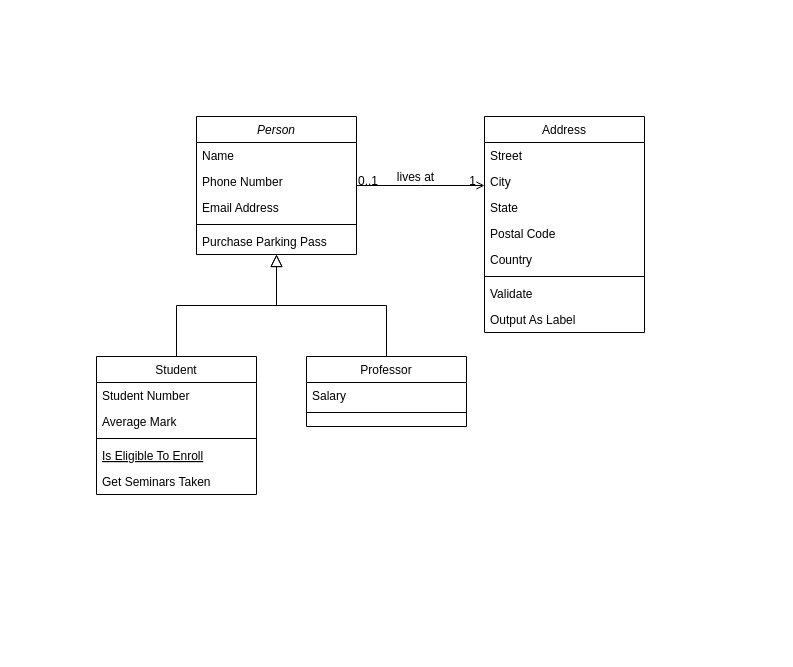
petkapou/DIP_diagrams keeps this draw.io diagram as class_coverage.drawio. Above is the earlier version. Source tidied: cells renumbered, new cells numbered last; positions are measured from the earlier drawing's top-left corner, leaving out a move shared by most shapes. Both pictures are drawn from the tidied source at 100%, with x=0, y=0 at pixel (96, 116).
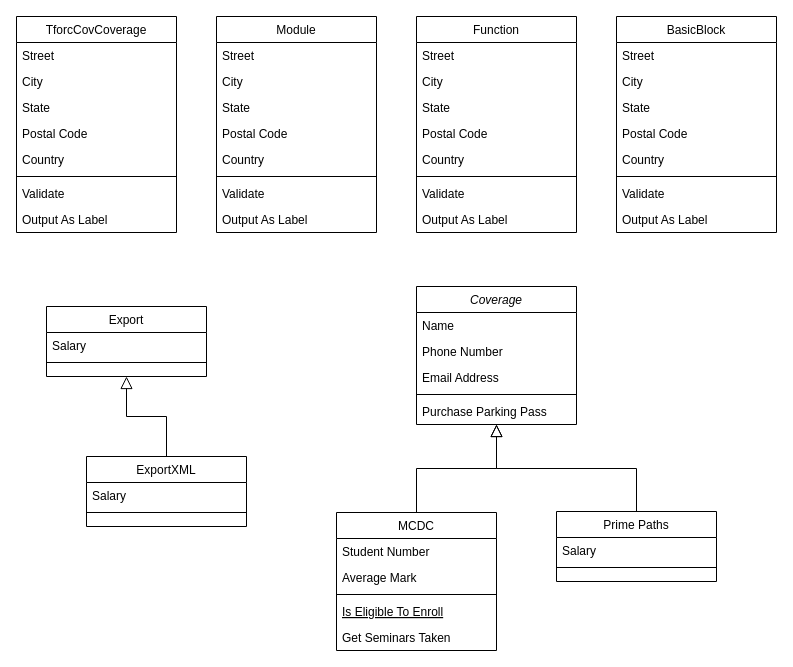
After the change.

Change to the diagram source:
```diff
@@
-    <mxCell id="2" value="Person" style="swimlane;fontStyle=2;align=center;verticalAlign=top;horizontal=1;startSize=26;rounded=0;shadow=0;strokeWidth=1;" parent="1" vertex="1">
-      <mxGeometry x="100" width="160" height="138" as="geometry" />
+    <mxCell id="2" value="Coverage" style="swimlane;fontStyle=2;align=center;verticalAlign=top;horizontal=1;startSize=26;rounded=0;shadow=0;strokeWidth=1;" parent="1" vertex="1">
+      <mxGeometry x="320" y="170" width="160" height="138" as="geometry" />
     </mxCell>
@@
-    <mxCell id="8" value="Student" style="swimlane;fontStyle=0;align=center;verticalAlign=top;horizontal=1;startSize=26;rounded=0;shadow=0;strokeWidth=1;" parent="1" vertex="1">
-      <mxGeometry y="240" width="160" height="138" as="geometry" />
+    <mxCell id="8" value="MCDC" style="swimlane;fontStyle=0;align=center;verticalAlign=top;horizontal=1;startSize=26;rounded=0;shadow=0;strokeWidth=1;" parent="1" vertex="1">
+      <mxGeometry x="240" y="396" width="160" height="138" as="geometry" />
     </mxCell>
@@
-    <mxCell id="15" value="Professor" style="swimlane;fontStyle=0;align=center;verticalAlign=top;horizontal=1;startSize=26;rounded=0;shadow=0;strokeWidth=1;" parent="1" vertex="1">
-      <mxGeometry x="210" y="240" width="160" height="70" as="geometry" />
+    <mxCell id="15" value="Prime Paths" style="swimlane;fontStyle=0;align=center;verticalAlign=top;horizontal=1;startSize=26;rounded=0;shadow=0;strokeWidth=1;" parent="1" vertex="1">
+      <mxGeometry x="460" y="395" width="160" height="70" as="geometry" />
     </mxCell>
@@
-    <mxCell id="19" value="Address" style="swimlane;fontStyle=0;align=center;verticalAlign=top;horizontal=1;startSize=26;rounded=0;shadow=0;strokeWidth=1;" parent="1" vertex="1">
-      <mxGeometry x="388" width="160" height="216" as="geometry" />
+    <mxCell id="19" value="Function" style="swimlane;fontStyle=0;align=center;verticalAlign=top;horizontal=1;startSize=26;rounded=0;shadow=0;strokeWidth=1;" parent="1" vertex="1">
+      <mxGeometry x="320" y="-100" width="160" height="216" as="geometry" />
     </mxCell>
@@
-    <mxCell id="28" style="endArrow=open;shadow=0;strokeWidth=1;rounded=0;endFill=1;edgeStyle=elbowEdgeStyle;elbow=vertical;" parent="1" edge="1" source="2" target="19">
-      <mxGeometry x="0.5" y="41" relative="1" as="geometry">
-        <mxPoint x="-40" y="32" as="offset" />
-      </mxGeometry>
-    </mxCell>
-    <mxCell id="29" value="0..1" style="align=left;verticalAlign=bottom;labelBackgroundColor=none;fontSize=12;" parent="28" vertex="1">
-      <mxGeometry x="-1" relative="1" as="geometry">
-        <mxPoint y="4" as="offset" />
-      </mxGeometry>
-    </mxCell>
-    <mxCell id="30" value="1" style="align=right;verticalAlign=bottom;labelBackgroundColor=none;fontSize=12;" parent="28" vertex="1">
-      <mxGeometry x="1" relative="1" as="geometry">
-        <mxPoint x="-7" y="4" as="offset" />
-      </mxGeometry>
-    </mxCell>
-    <mxCell id="31" value="lives at" style="text;html=1;align=center;verticalAlign=middle;labelBackgroundColor=none;rounded=0;shadow=0;strokeWidth=1;fontSize=12;" parent="28" vertex="1">
-      <mxGeometry x="0.5" y="49" relative="1" as="geometry">
-        <mxPoint x="-38" y="40" as="offset" />
-      </mxGeometry>
-    </mxCell>
+    <mxCell id="32" value="TforcCovCoverage" style="swimlane;fontStyle=0;align=center;verticalAlign=top;horizontal=1;startSize=26;rounded=0;shadow=0;strokeWidth=1;" parent="1" vertex="1">
+      <mxGeometry x="-80" y="-100" width="160" height="216" as="geometry" />
+    </mxCell>
+    <mxCell id="33" value="Street" style="text;align=left;verticalAlign=top;spacingLeft=4;spacingRight=4;overflow=hidden;" parent="32" vertex="1">
+      <mxGeometry y="26" width="160" height="26" as="geometry" />
+    </mxCell>
+    <mxCell id="34" value="City" style="text;align=left;verticalAlign=top;spacingLeft=4;spacingRight=4;overflow=hidden;rounded=0;shadow=0;html=0;" parent="32" vertex="1">
+      <mxGeometry y="52" width="160" height="26" as="geometry" />
+    </mxCell>
+    <mxCell id="35" value="State" style="text;align=left;verticalAlign=top;spacingLeft=4;spacingRight=4;overflow=hidden;rounded=0;shadow=0;html=0;" parent="32" vertex="1">
+      <mxGeometry y="78" width="160" height="26" as="geometry" />
+    </mxCell>
+    <mxCell id="36" value="Postal Code" style="text;align=left;verticalAlign=top;spacingLeft=4;spacingRight=4;overflow=hidden;rounded=0;shadow=0;html=0;" parent="32" vertex="1">
+      <mxGeometry y="104" width="160" height="26" as="geometry" />
+    </mxCell>
+    <mxCell id="37" value="Country" style="text;align=left;verticalAlign=top;spacingLeft=4;spacingRight=4;overflow=hidden;rounded=0;shadow=0;html=0;" parent="32" vertex="1">
+      <mxGeometry y="130" width="160" height="26" as="geometry" />
+    </mxCell>
+    <mxCell id="38" style="line;html=1;strokeWidth=1;align=left;verticalAlign=middle;spacingTop=-1;spacingLeft=3;spacingRight=3;labelPosition=right;" parent="32" vertex="1">
+      <mxGeometry y="156" width="160" height="8" as="geometry" />
+    </mxCell>
+    <mxCell id="39" value="Validate" style="text;align=left;verticalAlign=top;spacingLeft=4;spacingRight=4;overflow=hidden;" parent="32" vertex="1">
+      <mxGeometry y="164" width="160" height="26" as="geometry" />
+    </mxCell>
+    <mxCell id="40" value="Output As Label" style="text;align=left;verticalAlign=top;spacingLeft=4;spacingRight=4;overflow=hidden;" parent="32" vertex="1">
+      <mxGeometry y="190" width="160" height="26" as="geometry" />
+    </mxCell>
+    <mxCell id="41" value="Module" style="swimlane;fontStyle=0;align=center;verticalAlign=top;horizontal=1;startSize=26;rounded=0;shadow=0;strokeWidth=1;" parent="1" vertex="1">
+      <mxGeometry x="120" y="-100" width="160" height="216" as="geometry" />
+    </mxCell>
+    <mxCell id="42" value="Street" style="text;align=left;verticalAlign=top;spacingLeft=4;spacingRight=4;overflow=hidden;" parent="41" vertex="1">
+      <mxGeometry y="26" width="160" height="26" as="geometry" />
+    </mxCell>
+    <mxCell id="43" value="City" style="text;align=left;verticalAlign=top;spacingLeft=4;spacingRight=4;overflow=hidden;rounded=0;shadow=0;html=0;" parent="41" vertex="1">
+      <mxGeometry y="52" width="160" height="26" as="geometry" />
+    </mxCell>
+    <mxCell id="44" value="State" style="text;align=left;verticalAlign=top;spacingLeft=4;spacingRight=4;overflow=hidden;rounded=0;shadow=0;html=0;" parent="41" vertex="1">
+      <mxGeometry y="78" width="160" height="26" as="geometry" />
+    </mxCell>
+    <mxCell id="45" value="Postal Code" style="text;align=left;verticalAlign=top;spacingLeft=4;spacingRight=4;overflow=hidden;rounded=0;shadow=0;html=0;" parent="41" vertex="1">
+      <mxGeometry y="104" width="160" height="26" as="geometry" />
+    </mxCell>
+    <mxCell id="46" value="Country" style="text;align=left;verticalAlign=top;spacingLeft=4;spacingRight=4;overflow=hidden;rounded=0;shadow=0;html=0;" parent="41" vertex="1">
+      <mxGeometry y="130" width="160" height="26" as="geometry" />
+    </mxCell>
+    <mxCell id="47" style="line;html=1;strokeWidth=1;align=left;verticalAlign=middle;spacingTop=-1;spacingLeft=3;spacingRight=3;labelPosition=right;" parent="41" vertex="1">
+      <mxGeometry y="156" width="160" height="8" as="geometry" />
+    </mxCell>
+    <mxCell id="48" value="Validate" style="text;align=left;verticalAlign=top;spacingLeft=4;spacingRight=4;overflow=hidden;" parent="41" vertex="1">
+      <mxGeometry y="164" width="160" height="26" as="geometry" />
+    </mxCell>
+    <mxCell id="49" value="Output As Label" style="text;align=left;verticalAlign=top;spacingLeft=4;spacingRight=4;overflow=hidden;" parent="41" vertex="1">
+      <mxGeometry y="190" width="160" height="26" as="geometry" />
+    </mxCell>
+    <mxCell id="50" value="BasicBlock" style="swimlane;fontStyle=0;align=center;verticalAlign=top;horizontal=1;startSize=26;rounded=0;shadow=0;strokeWidth=1;" parent="1" vertex="1">
+      <mxGeometry x="520" y="-100" width="160" height="216" as="geometry" />
+    </mxCell>
+    <mxCell id="51" value="Street" style="text;align=left;verticalAlign=top;spacingLeft=4;spacingRight=4;overflow=hidden;" parent="50" vertex="1">
+      <mxGeometry y="26" width="160" height="26" as="geometry" />
+    </mxCell>
+    <mxCell id="52" value="City" style="text;align=left;verticalAlign=top;spacingLeft=4;spacingRight=4;overflow=hidden;rounded=0;shadow=0;html=0;" parent="50" vertex="1">
+      <mxGeometry y="52" width="160" height="26" as="geometry" />
+    </mxCell>
+    <mxCell id="53" value="State" style="text;align=left;verticalAlign=top;spacingLeft=4;spacingRight=4;overflow=hidden;rounded=0;shadow=0;html=0;" parent="50" vertex="1">
+      <mxGeometry y="78" width="160" height="26" as="geometry" />
+    </mxCell>
+    <mxCell id="54" value="Postal Code" style="text;align=left;verticalAlign=top;spacingLeft=4;spacingRight=4;overflow=hidden;rounded=0;shadow=0;html=0;" parent="50" vertex="1">
+      <mxGeometry y="104" width="160" height="26" as="geometry" />
+    </mxCell>
+    <mxCell id="55" value="Country" style="text;align=left;verticalAlign=top;spacingLeft=4;spacingRight=4;overflow=hidden;rounded=0;shadow=0;html=0;" parent="50" vertex="1">
+      <mxGeometry y="130" width="160" height="26" as="geometry" />
+    </mxCell>
+    <mxCell id="56" style="line;html=1;strokeWidth=1;align=left;verticalAlign=middle;spacingTop=-1;spacingLeft=3;spacingRight=3;labelPosition=right;" parent="50" vertex="1">
+      <mxGeometry y="156" width="160" height="8" as="geometry" />
+    </mxCell>
+    <mxCell id="57" value="Validate" style="text;align=left;verticalAlign=top;spacingLeft=4;spacingRight=4;overflow=hidden;" parent="50" vertex="1">
+      <mxGeometry y="164" width="160" height="26" as="geometry" />
+    </mxCell>
+    <mxCell id="58" value="Output As Label" style="text;align=left;verticalAlign=top;spacingLeft=4;spacingRight=4;overflow=hidden;" parent="50" vertex="1">
+      <mxGeometry y="190" width="160" height="26" as="geometry" />
+    </mxCell>
+    <mxCell id="59" value="Export" style="swimlane;fontStyle=0;align=center;verticalAlign=top;horizontal=1;startSize=26;rounded=0;shadow=0;strokeWidth=1;" parent="1" vertex="1">
+      <mxGeometry x="-50" y="190" width="160" height="70" as="geometry" />
+    </mxCell>
+    <mxCell id="60" value="Salary" style="text;align=left;verticalAlign=top;spacingLeft=4;spacingRight=4;overflow=hidden;" parent="59" vertex="1">
+      <mxGeometry y="26" width="160" height="26" as="geometry" />
+    </mxCell>
+    <mxCell id="61" style="line;html=1;strokeWidth=1;align=left;verticalAlign=middle;spacingTop=-1;spacingLeft=3;spacingRight=3;labelPosition=right;" parent="59" vertex="1">
+      <mxGeometry y="52" width="160" height="8" as="geometry" />
+    </mxCell>
+    <mxCell id="62" style="endArrow=block;endSize=10;endFill=0;shadow=0;strokeWidth=1;rounded=0;edgeStyle=elbowEdgeStyle;elbow=vertical;" parent="1" edge="1" source="63" target="59">
+      <mxGeometry relative="1" as="geometry" />
+    </mxCell>
+    <mxCell id="63" value="ExportXML" style="swimlane;fontStyle=0;align=center;verticalAlign=top;horizontal=1;startSize=26;rounded=0;shadow=0;strokeWidth=1;" parent="1" vertex="1">
+      <mxGeometry x="-10" y="340" width="160" height="70" as="geometry" />
+    </mxCell>
+    <mxCell id="64" value="Salary" style="text;align=left;verticalAlign=top;spacingLeft=4;spacingRight=4;overflow=hidden;" parent="63" vertex="1">
+      <mxGeometry y="26" width="160" height="26" as="geometry" />
+    </mxCell>
+    <mxCell id="65" style="line;html=1;strokeWidth=1;align=left;verticalAlign=middle;spacingTop=-1;spacingLeft=3;spacingRight=3;labelPosition=right;" parent="63" vertex="1">
+      <mxGeometry y="52" width="160" height="8" as="geometry" />
+    </mxCell>
```
